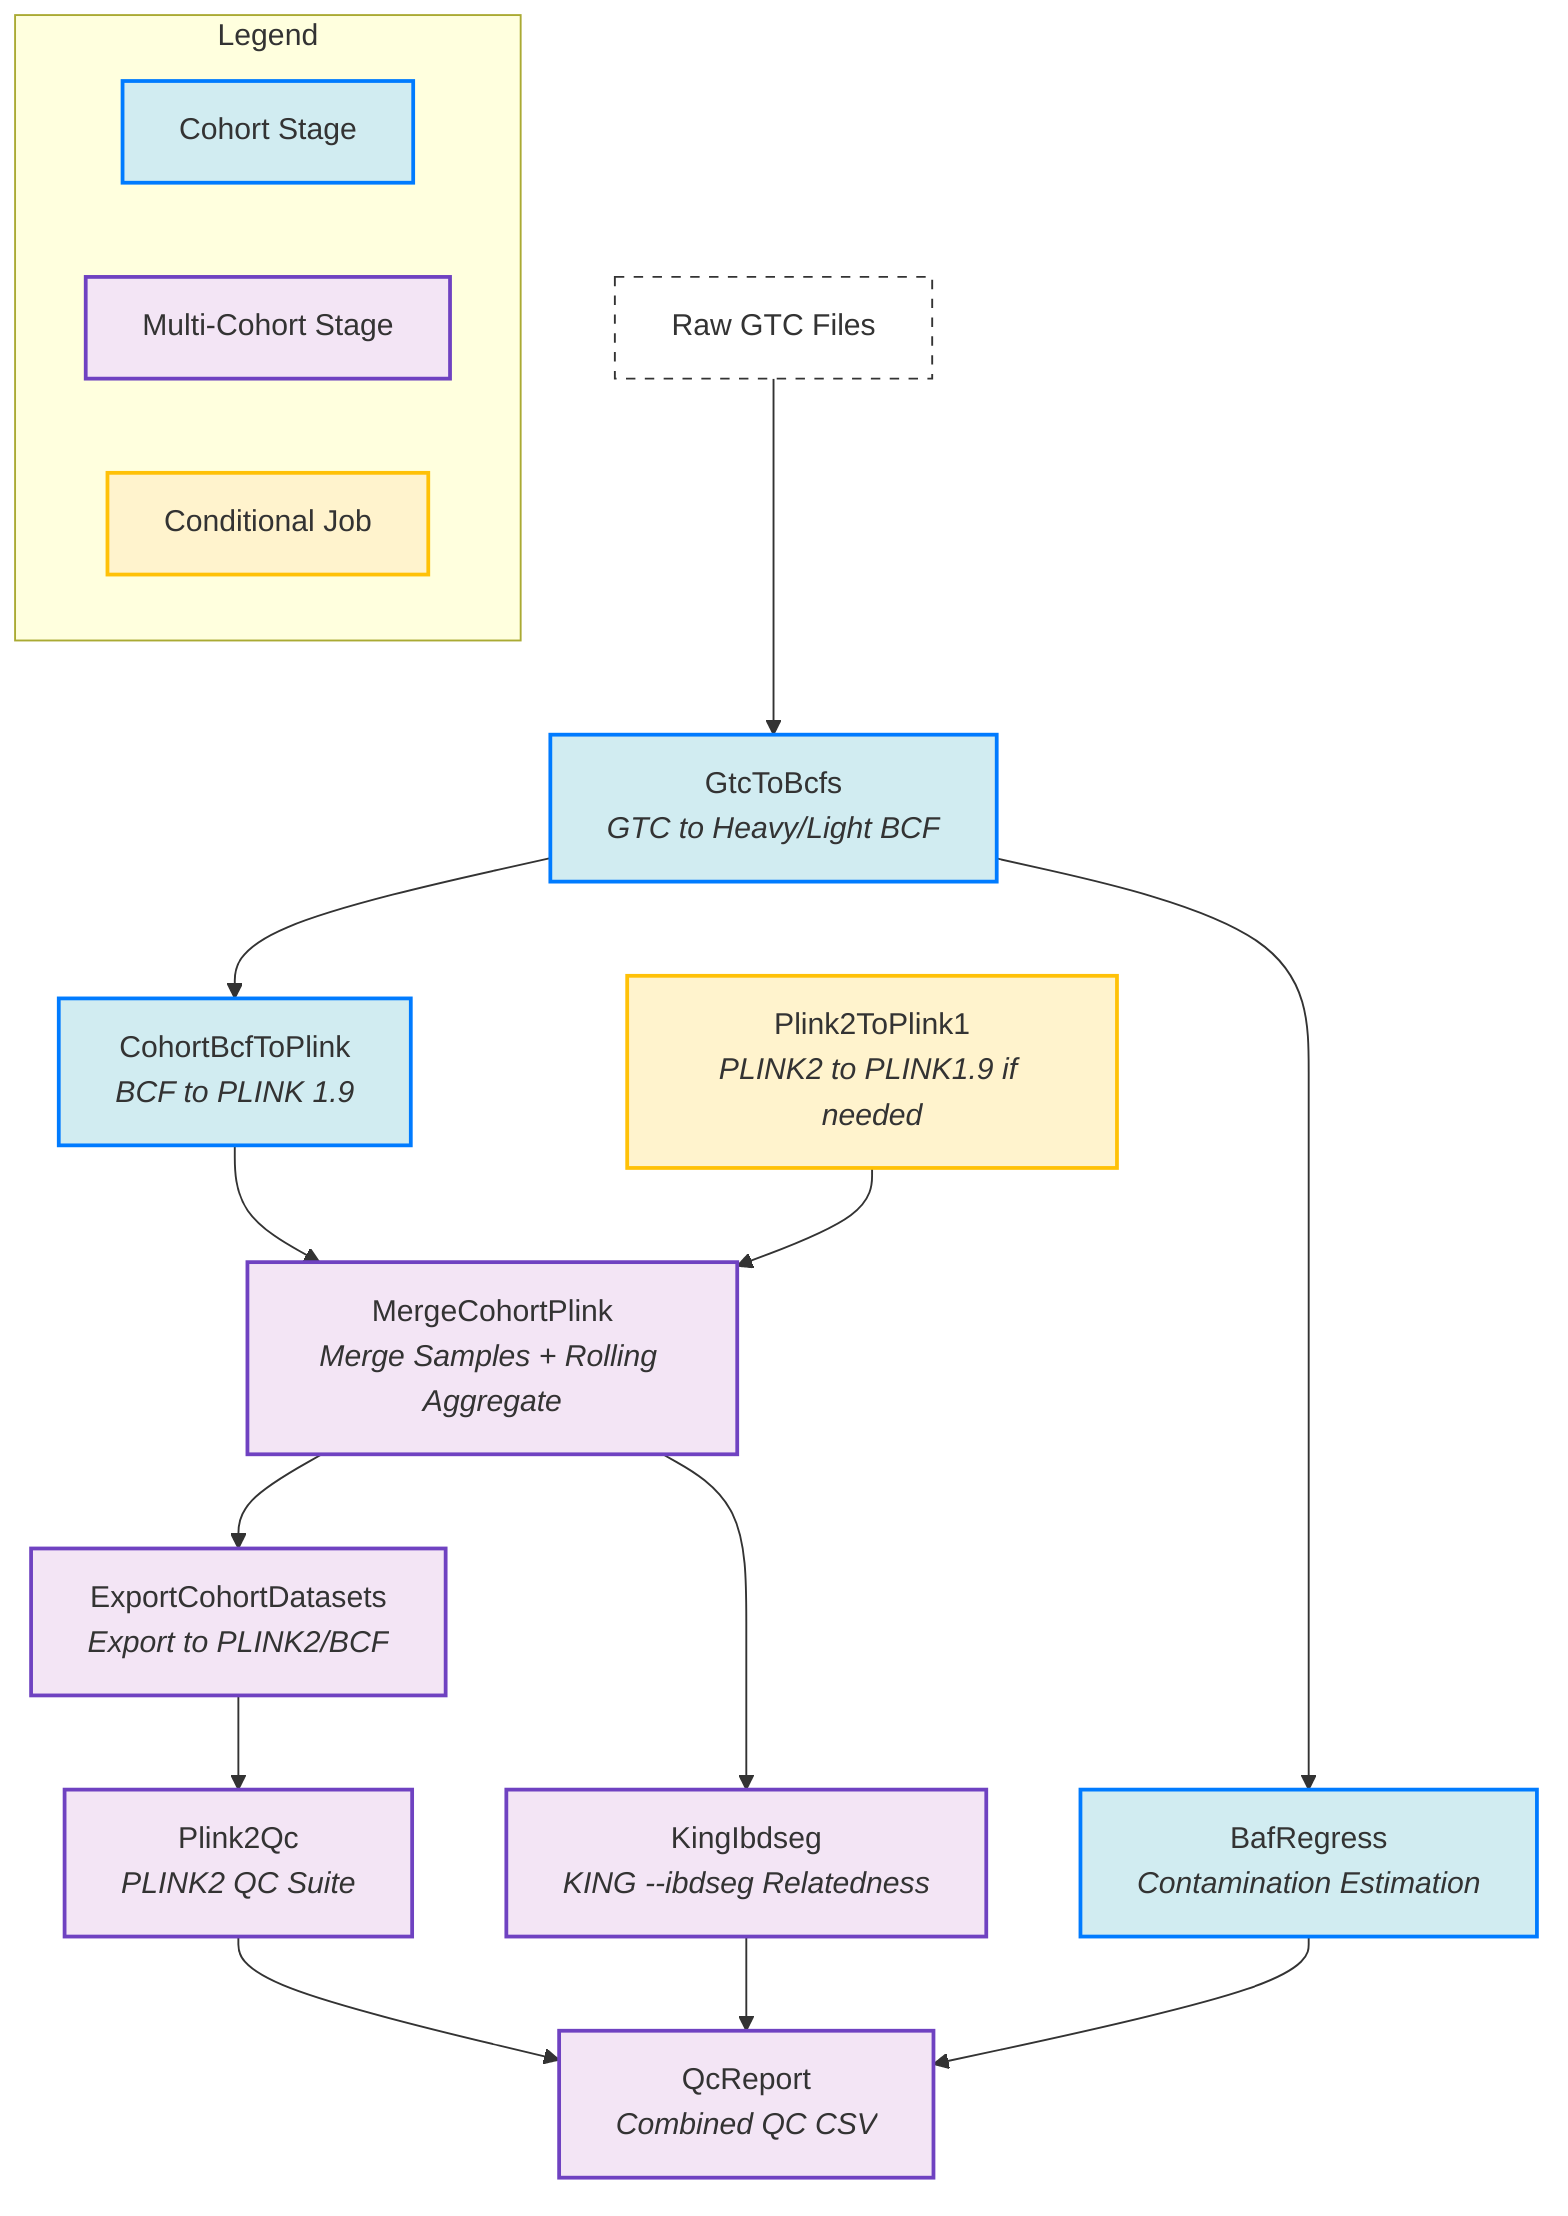
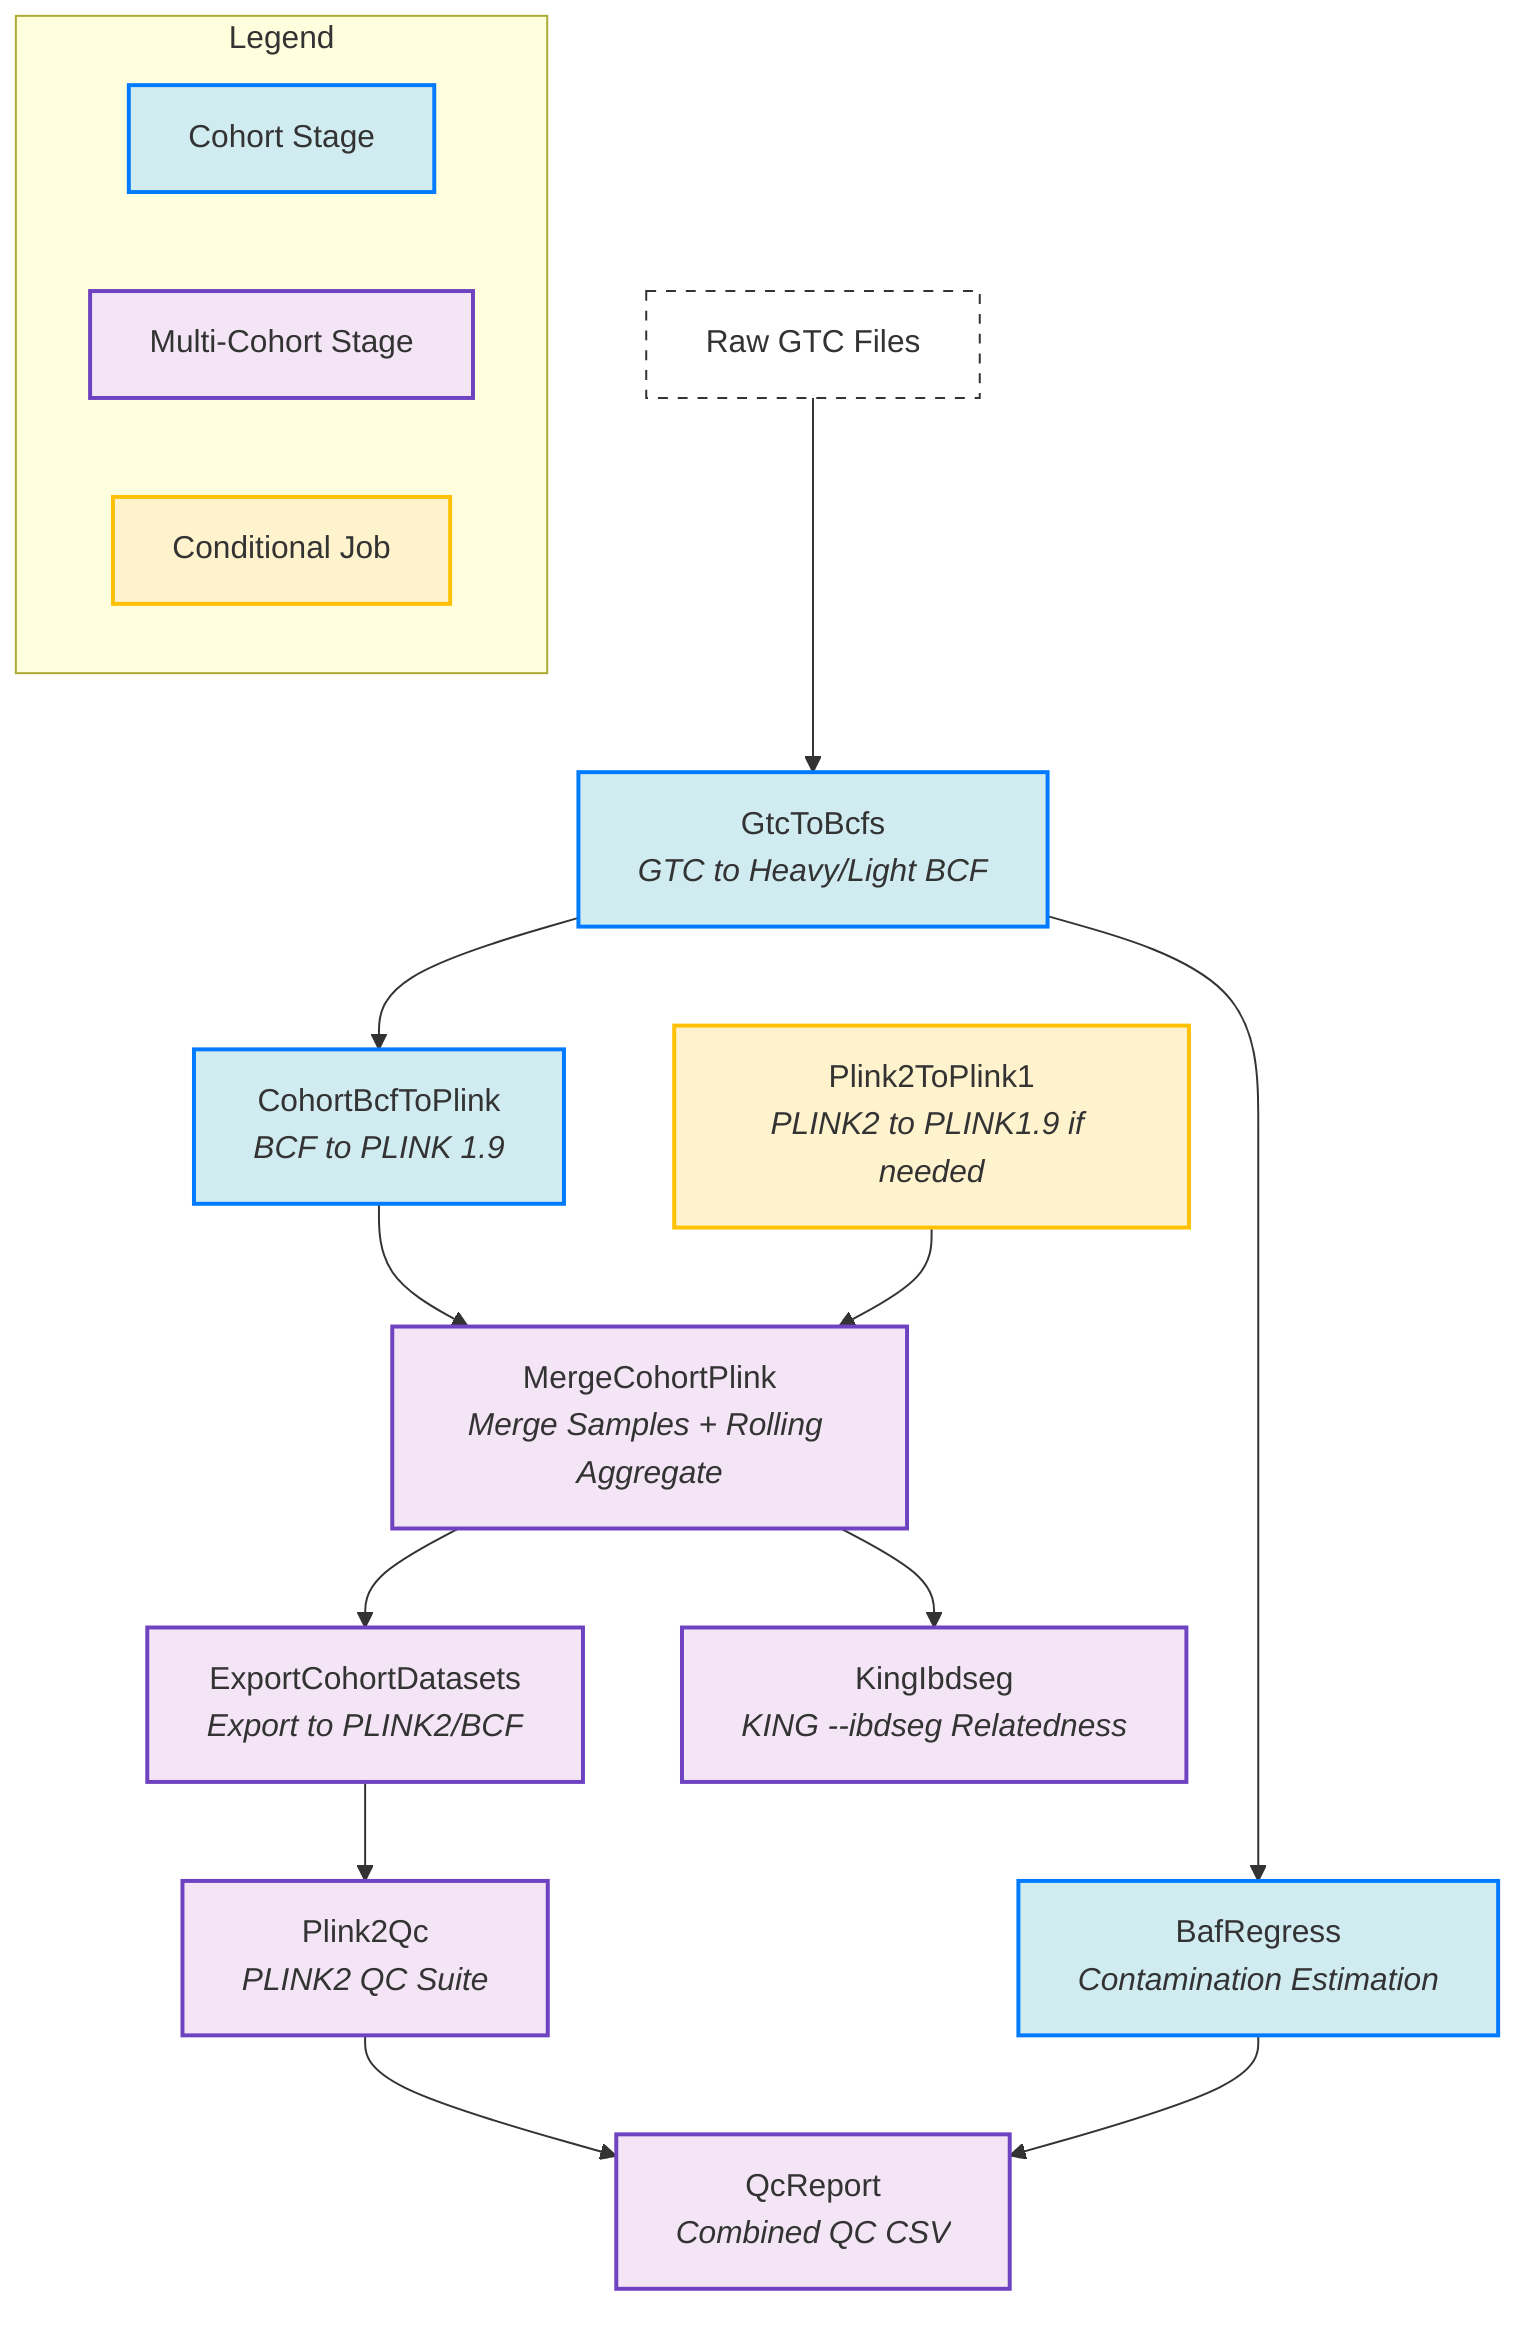
graph TD
    subgraph Legend
        direction LR
        L1[Cohort Stage]:::cohort
        L2[Multi-Cohort Stage]:::multicohort
        L3[Conditional Job]:::conditional
    end

    %% DAG Structure
    GTC[Raw GTC Files]:::data --> GtoB[GtcToBcfs<br/><i>GTC to Heavy/Light BCF</i>]:::cohort
    GtoB --> BAF[BafRegress<br/><i>Contamination Estimation</i>]:::cohort
    GtoB --> BtoP[CohortBcfToPlink<br/><i>BCF to PLINK 1.9</i>]:::cohort
    BtoP --> MCP[MergeCohortPlink<br/><i>Merge Samples + Rolling Aggregate</i>]:::multicohort
    P2P1[Plink2ToPlink1<br/><i>PLINK2 to PLINK1.9 if needed</i>]:::conditional --> MCP
    MCP --> ECD[ExportCohortDatasets<br/><i>Export to PLINK2/BCF</i>]:::multicohort
    MCP --> KING[KingIbdseg<br/><i>KING --ibdseg Relatedness</i>]:::multicohort
    ECD --> QC[Plink2Qc<br/><i>PLINK2 QC Suite</i>]:::multicohort
    QC --> QR[QcReport<br/><i>Combined QC CSV</i>]:::multicohort
-     KING --> QR
    BAF --> QR

    %% Component styling
    classDef cohort fill:#d1ecf1,stroke:#007bff,stroke-width:2px;
    classDef multicohort fill:#f3e5f5,stroke:#6f42c1,stroke-width:2px;
    classDef conditional fill:#fff3cd,stroke:#ffc107,stroke-width:2px;
    classDef data fill:#fff,stroke:#333,stroke-dasharray: 5 5;

    %% Explicit classes
    class GtoB,BAF,BtoP cohort;
    class MCP,ECD,QC,KING,QR multicohort;
    class P2P1 conditional;
